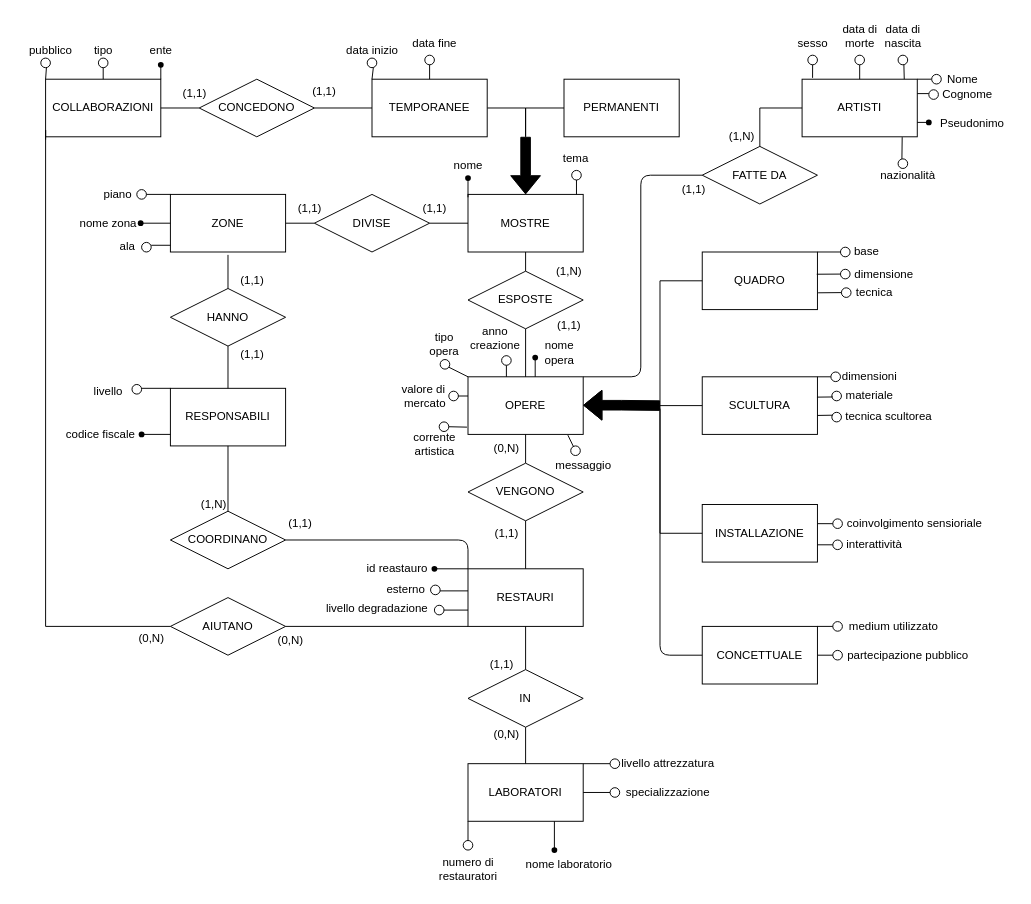
Above: Museo.drawio in ColdBerri/Database-Unipd-2025 (draw.io), before the change. Source tidied: cells renumbered, new cells numbered last; positions are measured from the earlier drawing's top-left corner, leaving out a move shared by most shapes. Both pictures are drawn from the tidied source at 96%, with x=0, y=0 at pixel (16, 16).
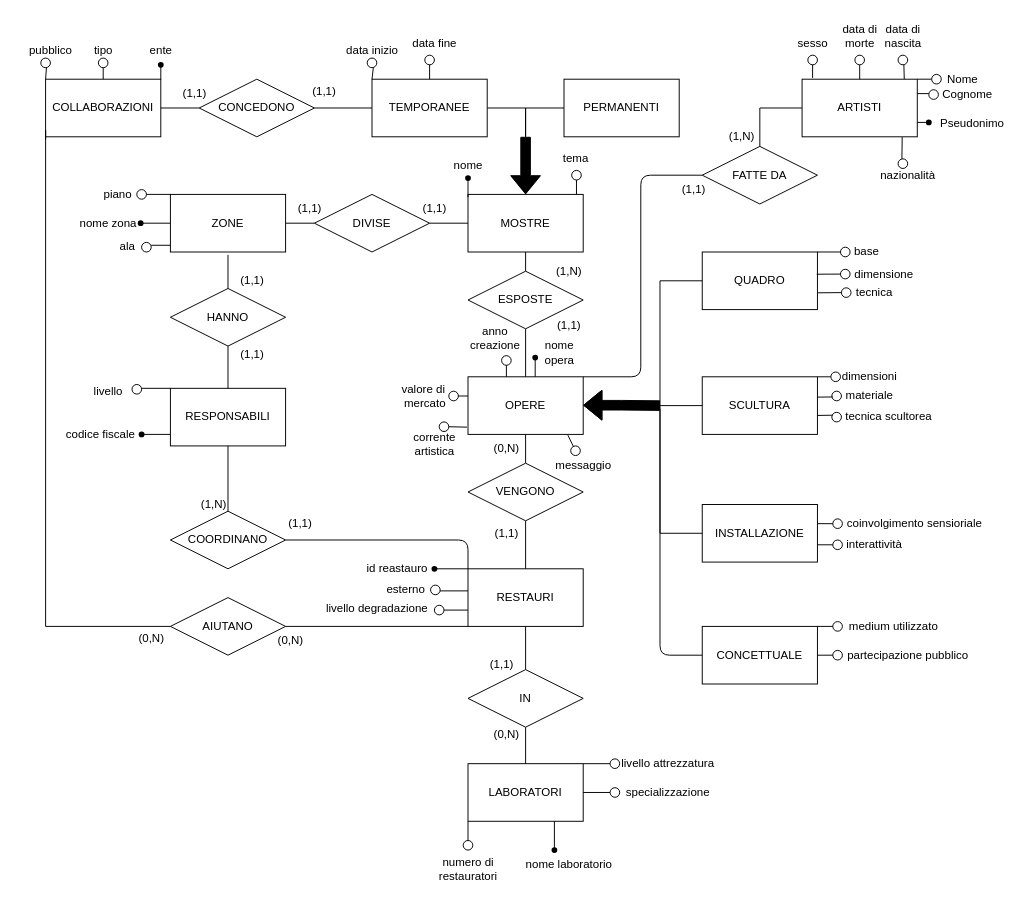
Above is the later version.

Commit message (it also covers changes not shown here):
tolto tipo opera dallo schema

The edit, as a diff of the source:
```diff
@@
-    <mxCell id="42" style="ellipse;whiteSpace=wrap;html=1;" parent="1" vertex="1">
-      <mxGeometry x="441" y="357" width="10" height="10" as="geometry" />
-    </mxCell>
@@
-    <mxCell id="62" style="endArrow=none;html=1;" parent="1" edge="1">
-      <mxGeometry relative="1" as="geometry">
-        <mxPoint x="450" y="365" as="sourcePoint" />
-        <mxPoint x="470" y="375" as="targetPoint" />
-      </mxGeometry>
-    </mxCell>
-    <mxCell id="63" value="tipo&lt;br&gt;opera" style="text;html=1;align=center;verticalAlign=middle;strokeColor=none;fillColor=none;" parent="1" vertex="1">
-      <mxGeometry x="420" y="321" width="50" height="40" as="geometry" />
-    </mxCell>
```
